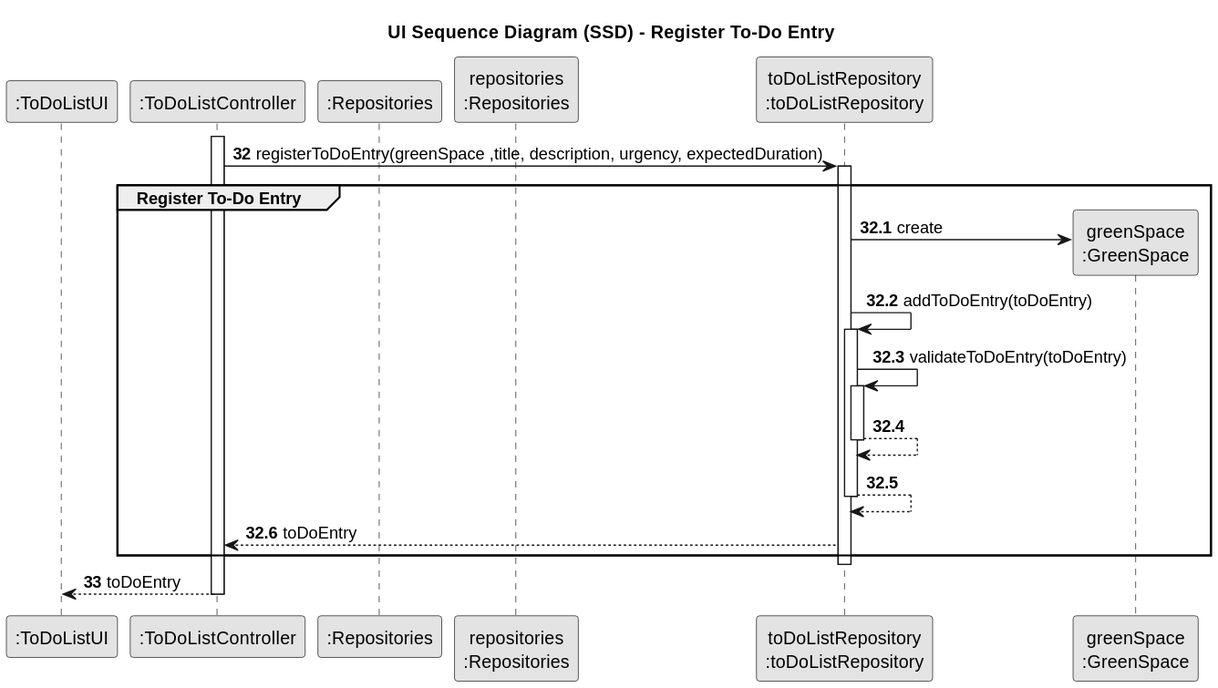
Before: docs/sprintC/us021/03.design/svg/us021-sequence-diagram-partial-register-to-do-entry-UI_Sequence_Diagram__SSD____Register_To_Do_Entry.svg, a diagram exported from PlantUML (SAEmanuel/Green_Spaces_Management_ISEP).
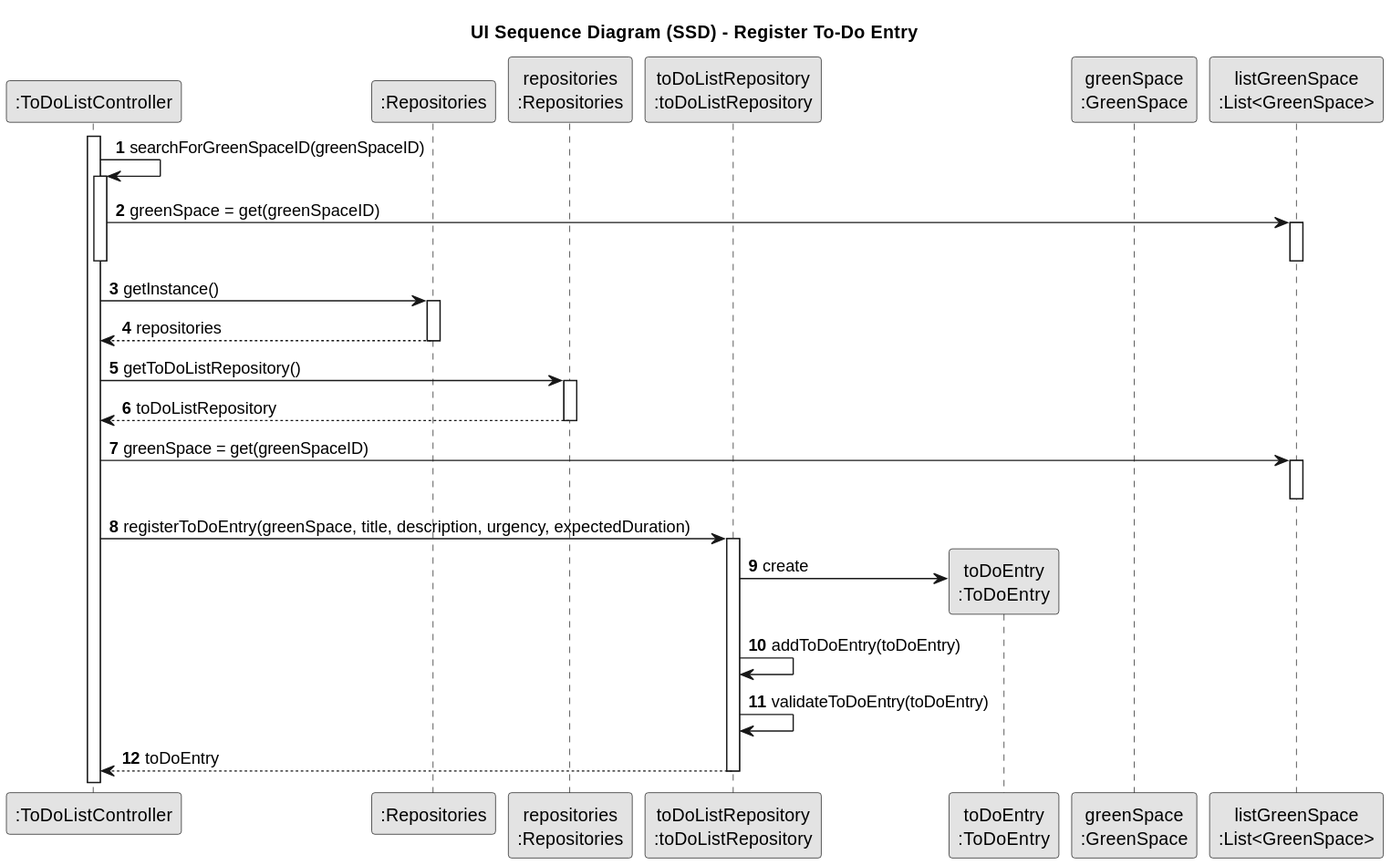
After the commit.

Change to the diagram source:
```diff
@@ -7,38 +7,50 @@
 
 autonumber
 
-
-participant ":ToDoListUI" as UI
 participant ":ToDoListController" as CTRL
 participant ":Repositories" as RepositorySingleton
 participant "repositories\n:Repositories" as PLAT
 participant "toDoListRepository\n:toDoListRepository" as toDoListRepository
+participant "toDoEntry\n:ToDoEntry" as TODO
 participant "greenSpace\n:GreenSpace" as GREEN
-
+participant "listGreenSpace\n:List<GreenSpace>" as listGreenSpace
 
 activate CTRL
 
-autonumber 32
-CTRL -> toDoListRepository : registerToDoEntry(greenSpace ,title, description, urgency, expectedDuration)
+            CTRL -> CTRL : searchForGreenSpaceID(greenSpaceID)
+            activate CTRL
+
+                CTRL -> listGreenSpace: greenSpace  = get(greenSpaceID)
+                activate listGreenSpace
+                deactivate listGreenSpace
+
+
+            deactivate CTRL
+
+
+
+        CTRL -> RepositorySingleton : getInstance()
+        activate RepositorySingleton
+
+        RepositorySingleton --> CTRL: repositories
+        deactivate RepositorySingleton
+
+        CTRL -> PLAT : getToDoListRepository()
+        activate PLAT
+
+        PLAT --> CTRL: toDoListRepository
+        deactivate PLAT
+
+CTRL -> listGreenSpace: greenSpace = get(greenSpaceID)
+activate listGreenSpace
+deactivate listGreenSpace
+
+CTRL -> toDoListRepository : registerToDoEntry(greenSpace, title, description, urgency, expectedDuration)
 activate toDoListRepository
-group Register To-Do Entry
-autonumber 32.1
-toDoListRepository -> GREEN** : create
+
+toDoListRepository -> TODO** : create
 toDoListRepository -> toDoListRepository : addToDoEntry(toDoEntry)
-activate toDoListRepository
 toDoListRepository -> toDoListRepository : validateToDoEntry(toDoEntry)
-activate toDoListRepository
-toDoListRepository --> toDoListRepository
+toDoListRepository --> CTRL : toDoEntry
 deactivate toDoListRepository
-toDoListRepository --> toDoListRepository
-deactivate toDoListRepository
-toDoListRepository --> CTRL : toDoEntry
-end
-deactivate toDoListRepository
-
-autonumber 33
-CTRL --> UI : toDoEntry
-deactivate CTRL
-
-deactivate UI
 @enduml
```
